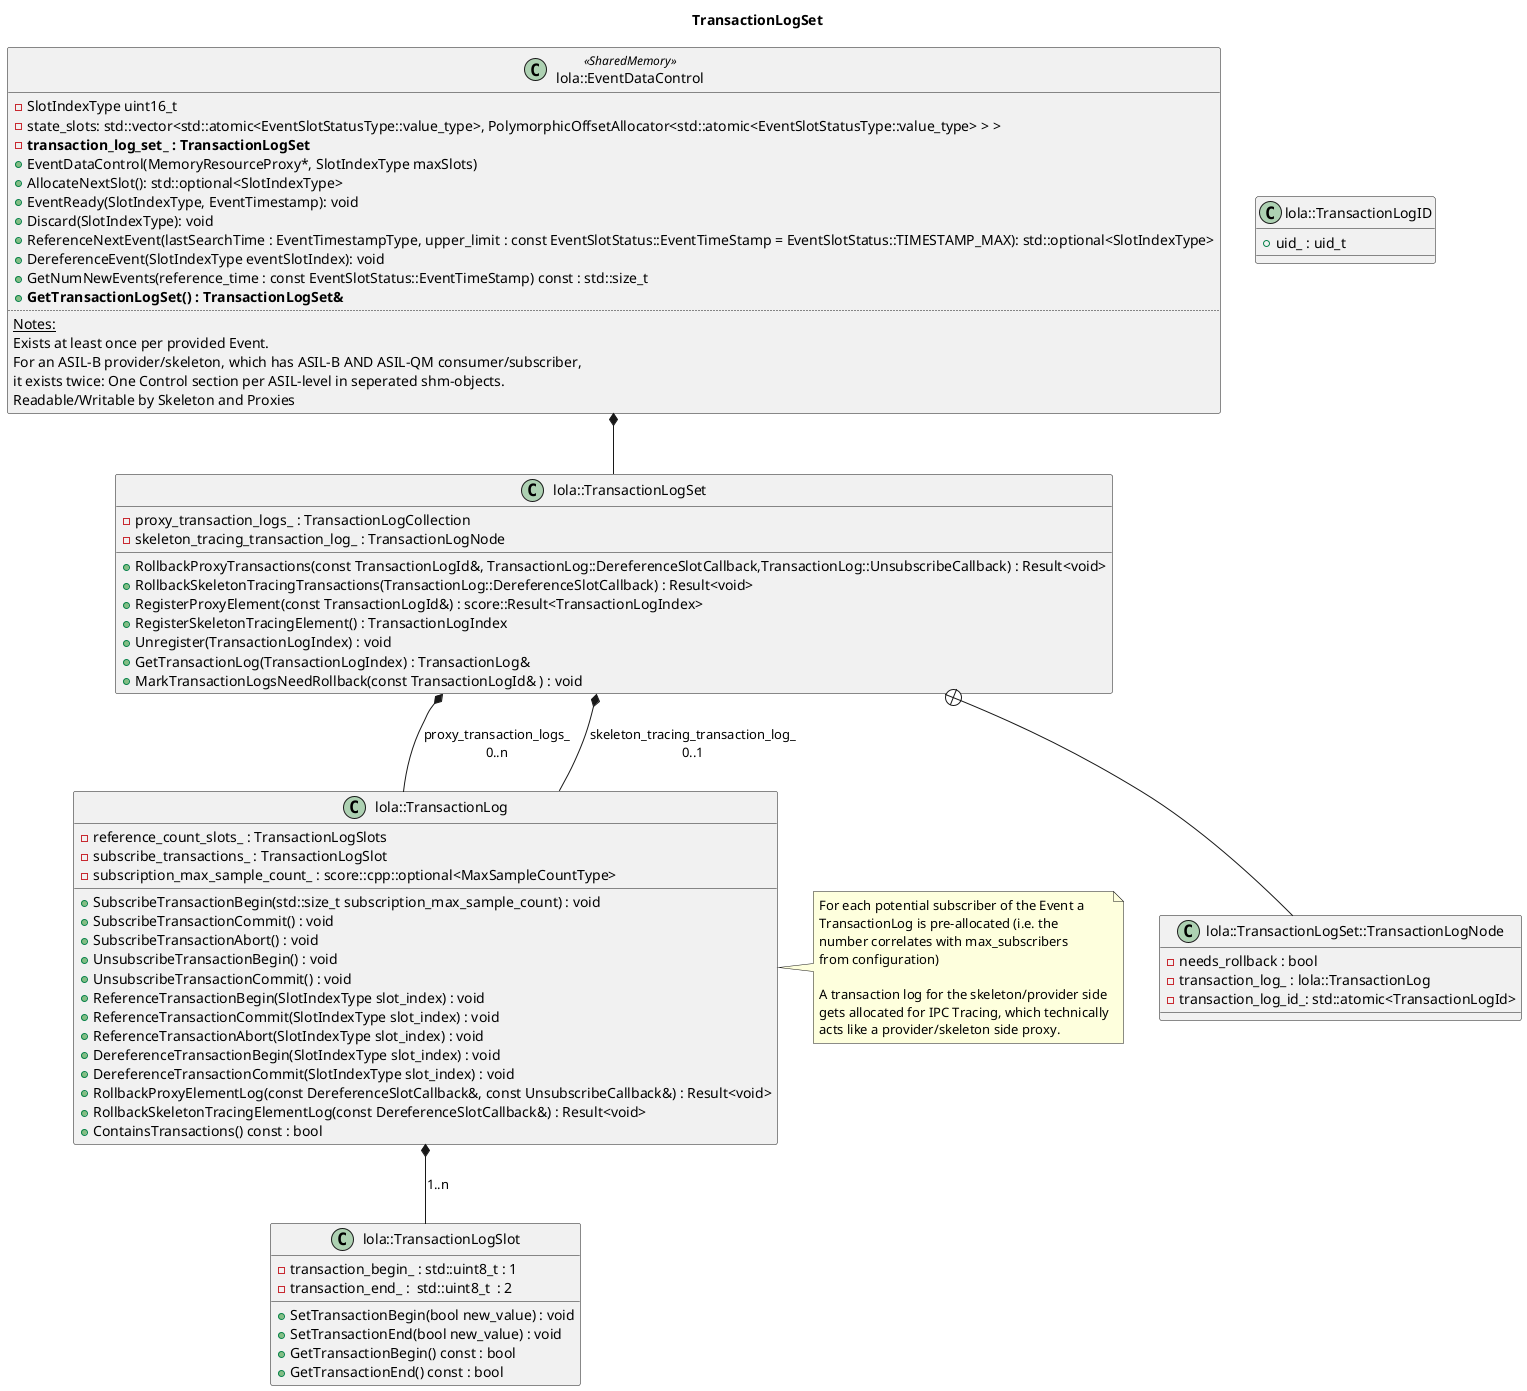
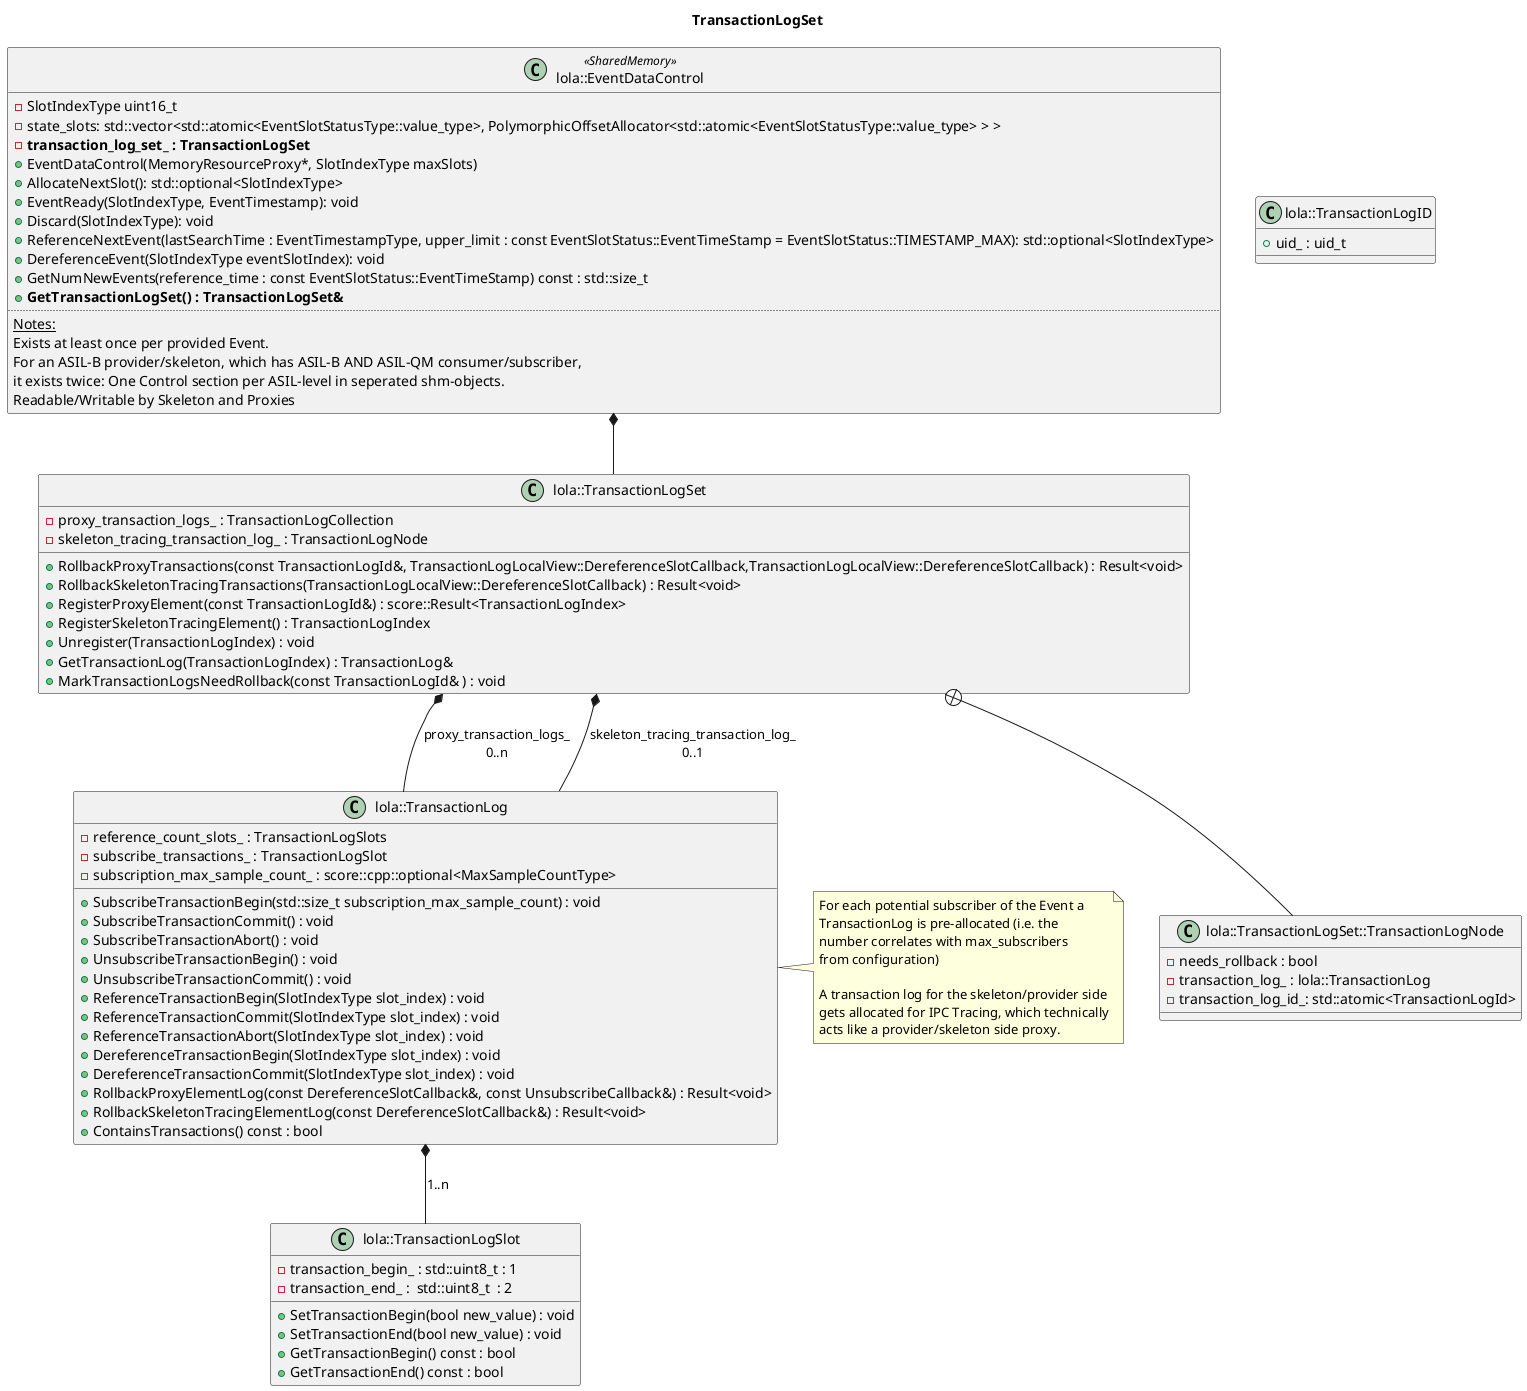
@startuml transaction_log_model
title "TransactionLogSet"

class "lola::TransactionLog" {
  +SubscribeTransactionBegin(std::size_t subscription_max_sample_count) : void
  +SubscribeTransactionCommit() : void
  +SubscribeTransactionAbort() : void
  +UnsubscribeTransactionBegin() : void
  +UnsubscribeTransactionCommit() : void
  +ReferenceTransactionBegin(SlotIndexType slot_index) : void
  +ReferenceTransactionCommit(SlotIndexType slot_index) : void
  +ReferenceTransactionAbort(SlotIndexType slot_index) : void
  +DereferenceTransactionBegin(SlotIndexType slot_index) : void
  +DereferenceTransactionCommit(SlotIndexType slot_index) : void
  +RollbackProxyElementLog(const DereferenceSlotCallback&, const UnsubscribeCallback&) : Result<void>
  +RollbackSkeletonTracingElementLog(const DereferenceSlotCallback&) : Result<void>
  +ContainsTransactions() const : bool
  -reference_count_slots_ : TransactionLogSlots
  -subscribe_transactions_ : TransactionLogSlot
  -subscription_max_sample_count_ : score::cpp::optional<MaxSampleCountType>
}

class "lola::TransactionLogSet" {
-   +RollbackProxyTransactions(const TransactionLogId&, TransactionLog::DereferenceSlotCallback,TransactionLog::UnsubscribeCallback) : Result<void>
-   +RollbackSkeletonTracingTransactions(TransactionLog::DereferenceSlotCallback) : Result<void>
+   +RollbackProxyTransactions(const TransactionLogId&, TransactionLogLocalView::DereferenceSlotCallback,TransactionLogLocalView::DereferenceSlotCallback) : Result<void>
+   +RollbackSkeletonTracingTransactions(TransactionLogLocalView::DereferenceSlotCallback) : Result<void>
  +RegisterProxyElement(const TransactionLogId&) : score::Result<TransactionLogIndex>
  +RegisterSkeletonTracingElement() : TransactionLogIndex
  +Unregister(TransactionLogIndex) : void
  +GetTransactionLog(TransactionLogIndex) : TransactionLog&
  +MarkTransactionLogsNeedRollback(const TransactionLogId& ) : void
  -proxy_transaction_logs_ : TransactionLogCollection
  -skeleton_tracing_transaction_log_ : TransactionLogNode
}

class "lola::TransactionLogSet::TransactionLogNode" {
  -needs_rollback : bool
  -transaction_log_ : lola::TransactionLog
  -transaction_log_id_: std::atomic<TransactionLogId>
}

class "lola::EventDataControl" <<SharedMemory>> {
  -SlotIndexType uint16_t
  -state_slots: std::vector<std::atomic<EventSlotStatusType::value_type>, PolymorphicOffsetAllocator<std::atomic<EventSlotStatusType::value_type> > >
  -<b>transaction_log_set_ : TransactionLogSet</b>
  +EventDataControl(MemoryResourceProxy*, SlotIndexType maxSlots)
  +AllocateNextSlot(): std::optional<SlotIndexType>
  +EventReady(SlotIndexType, EventTimestamp): void
  +Discard(SlotIndexType): void
  +ReferenceNextEvent(lastSearchTime : EventTimestampType, upper_limit : const EventSlotStatus::EventTimeStamp = EventSlotStatus::TIMESTAMP_MAX): std::optional<SlotIndexType>
  +DereferenceEvent(SlotIndexType eventSlotIndex): void
  +GetNumNewEvents(reference_time : const EventSlotStatus::EventTimeStamp) const : std::size_t
  +<b>GetTransactionLogSet() : TransactionLogSet&</b>
  ..
  <u>Notes:</u>
  Exists at least once per provided Event.
  For an ASIL-B provider/skeleton, which has ASIL-B AND ASIL-QM consumer/subscriber,
  it exists twice: One Control section per ASIL-level in seperated shm-objects.
  Readable/Writable by Skeleton and Proxies
}

class "lola::TransactionLogID" {
  + uid_ : uid_t
}

class "lola::TransactionLogSlot" {
  +SetTransactionBegin(bool new_value) : void
  +SetTransactionEnd(bool new_value) : void
  +GetTransactionBegin() const : bool
  +GetTransactionEnd() const : bool
  -transaction_begin_ : std::uint8_t : 1
  -transaction_end_ :  std::uint8_t  : 2
}

note right of "lola::TransactionLog"
  For each potential subscriber of the Event a
  TransactionLog is pre-allocated (i.e. the
  number correlates with max_subscribers
  from configuration)

  A transaction log for the skeleton/provider side
  gets allocated for IPC Tracing, which technically
  acts like a provider/skeleton side proxy.
end note

"lola::EventDataControl" *-- "lola::TransactionLogSet"
"lola::TransactionLogSet" *-- "lola::TransactionLog" : proxy_transaction_logs_\n0..n
"lola::TransactionLogSet" *-- "lola::TransactionLog" : skeleton_tracing_transaction_log_\n0..1
"lola::TransactionLog" *-- "lola::TransactionLogSlot" : 1..n
"lola::TransactionLogSet" +-- "lola::TransactionLogSet::TransactionLogNode"

@enduml
